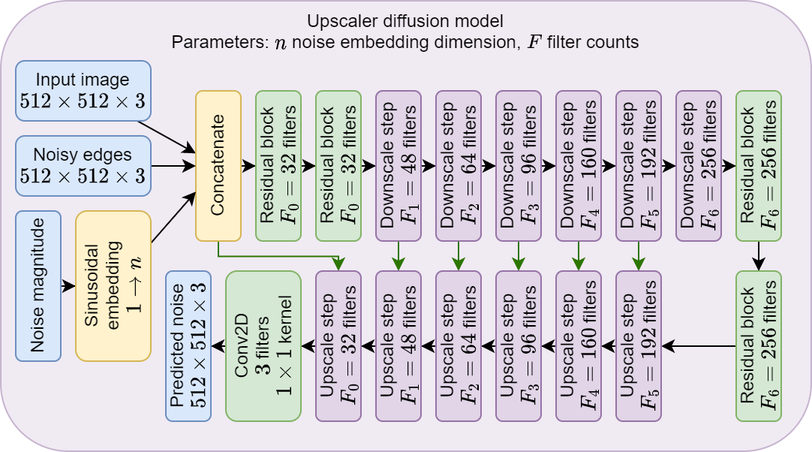
Before: thesis/images/upscaler.drawio.png, a diagram exported from draw.io (Matezzzz/Image_outpainting). Source tidied: cells renumbered, new cells last; positions are measured from the earlier drawing's top-left corner, leaving out a move shared by most shapes. Source of this version:
```xml
<mxGraphModel math="1">
  <root>
    <mxCell id="0" />
    <mxCell id="1" parent="0" />
    <mxCell id="2" value="Upscaler diffusion model&lt;br&gt;Parameters: \(n\) noise embedding dimension, \(F\) filter counts" style="rounded=1;whiteSpace=wrap;html=1;fillColor=#e1d5e7;strokeColor=#9673a6;opacity=50;verticalAlign=top;" parent="1" vertex="1">
      <mxGeometry width="540" height="300" as="geometry" />
    </mxCell>
    <mxCell id="3" style="endArrow=classic;html=1;rounded=0;fillColor=#60a917;strokeColor=#2D7600;edgeStyle=elbowEdgeStyle;elbow=vertical;" parent="1" edge="1" source="7" target="50">
      <mxGeometry relative="1" as="geometry" />
    </mxCell>
    <mxCell id="4" style="rounded=0;jettySize=auto;html=1;elbow=vertical;" parent="1" edge="1" source="5" target="7">
      <mxGeometry relative="1" as="geometry" />
    </mxCell>
    <mxCell id="5" value="Input image&lt;br&gt;\(512\times 512 \times 3 \)" style="rounded=1;whiteSpace=wrap;html=1;horizontal=1;fillColor=#dae8fc;strokeColor=#6c8ebf;" parent="1" vertex="1">
      <mxGeometry x="10" y="40" width="90" height="40" as="geometry" />
    </mxCell>
    <mxCell id="6" style="edgeStyle=orthogonalEdgeStyle;rounded=0;jettySize=auto;html=1;" parent="1" edge="1" source="7" target="15">
      <mxGeometry relative="1" as="geometry" />
    </mxCell>
    <mxCell id="7" value="Concatenate" style="rounded=1;whiteSpace=wrap;html=1;horizontal=0;fillColor=#fff2cc;strokeColor=#d6b656;" parent="1" vertex="1">
      <mxGeometry x="130" y="60" width="30" height="100" as="geometry" />
    </mxCell>
    <mxCell id="8" style="rounded=0;jettySize=auto;html=1;" parent="1" edge="1" source="9" target="7">
      <mxGeometry relative="1" as="geometry" />
    </mxCell>
    <mxCell id="9" value="Noisy edges&lt;br&gt;\(512\times 512 \times 3 \)" style="rounded=1;whiteSpace=wrap;html=1;horizontal=1;fillColor=#dae8fc;strokeColor=#6c8ebf;" parent="1" vertex="1">
      <mxGeometry x="10" y="90" width="90" height="40" as="geometry" />
    </mxCell>
    <mxCell id="10" style="edgeStyle=orthogonalEdgeStyle;rounded=0;jettySize=auto;html=1;" parent="1" edge="1" source="11" target="13">
      <mxGeometry relative="1" as="geometry" />
    </mxCell>
    <mxCell id="11" value="Noise magnitude" style="rounded=1;whiteSpace=wrap;html=1;horizontal=0;fillColor=#dae8fc;strokeColor=#6c8ebf;" parent="1" vertex="1">
      <mxGeometry x="10" y="140" width="30" height="100" as="geometry" />
    </mxCell>
    <mxCell id="12" style="rounded=0;jettySize=auto;html=1;" parent="1" edge="1" source="13" target="7">
      <mxGeometry relative="1" as="geometry" />
    </mxCell>
    <mxCell id="13" value="Sinusoidal embedding&lt;br&gt;\(1 \rightarrow n\)" style="rounded=1;whiteSpace=wrap;html=1;horizontal=0;fillColor=#fff2cc;strokeColor=#d6b656;" parent="1" vertex="1">
      <mxGeometry x="50" y="140" width="50" height="100" as="geometry" />
    </mxCell>
    <mxCell id="14" style="edgeStyle=orthogonalEdgeStyle;rounded=0;jettySize=auto;html=1;" parent="1" edge="1" source="15" target="17">
      <mxGeometry relative="1" as="geometry" />
    </mxCell>
    <mxCell id="15" value="Residual block&lt;br&gt;\(F_0=32\) filters" style="rounded=1;whiteSpace=wrap;html=1;horizontal=0;fillColor=#d5e8d4;strokeColor=#82b366;" parent="1" vertex="1">
      <mxGeometry x="170" y="60" width="30" height="100" as="geometry" />
    </mxCell>
    <mxCell id="16" style="edgeStyle=orthogonalEdgeStyle;rounded=0;jettySize=auto;html=1;" parent="1" edge="1" source="17" target="20">
      <mxGeometry relative="1" as="geometry" />
    </mxCell>
    <mxCell id="17" value="Residual block&lt;br&gt;\(F_0=32\)&amp;nbsp;filters" style="rounded=1;whiteSpace=wrap;html=1;horizontal=0;fillColor=#d5e8d4;strokeColor=#82b366;" parent="1" vertex="1">
      <mxGeometry x="210" y="60" width="30" height="100" as="geometry" />
    </mxCell>
    <mxCell id="18" style="edgeStyle=orthogonalEdgeStyle;rounded=0;jettySize=auto;html=1;" parent="1" edge="1" source="20" target="23">
      <mxGeometry relative="1" as="geometry" />
    </mxCell>
    <mxCell id="19" style="rounded=0;jettySize=auto;html=1;fillColor=#60a917;strokeColor=#2D7600;" parent="1" edge="1" source="20" target="48">
      <mxGeometry relative="1" as="geometry" />
    </mxCell>
    <mxCell id="20" value="Downscale step&lt;br&gt;\(F_1=48\) filters" style="rounded=1;whiteSpace=wrap;html=1;horizontal=0;fillColor=#e1d5e7;strokeColor=#9673a6;" parent="1" vertex="1">
      <mxGeometry x="250" y="60" width="30" height="100" as="geometry" />
    </mxCell>
    <mxCell id="21" style="edgeStyle=orthogonalEdgeStyle;rounded=0;jettySize=auto;html=1;" parent="1" edge="1" source="23" target="26">
      <mxGeometry relative="1" as="geometry" />
    </mxCell>
    <mxCell id="22" style="rounded=0;jettySize=auto;html=1;fillColor=#60a917;strokeColor=#2D7600;" parent="1" edge="1" source="23" target="46">
      <mxGeometry relative="1" as="geometry" />
    </mxCell>
    <mxCell id="23" value="Downscale step&lt;br&gt;\(F_2=&lt;br&gt;64\) filters" style="rounded=1;whiteSpace=wrap;html=1;horizontal=0;fillColor=#e1d5e7;strokeColor=#9673a6;" parent="1" vertex="1">
      <mxGeometry x="290" y="60" width="30" height="100" as="geometry" />
    </mxCell>
    <mxCell id="24" style="edgeStyle=orthogonalEdgeStyle;rounded=0;jettySize=auto;html=1;" parent="1" edge="1" source="26" target="29">
      <mxGeometry relative="1" as="geometry" />
    </mxCell>
    <mxCell id="25" style="rounded=0;jettySize=auto;html=1;fillColor=#60a917;strokeColor=#2D7600;" parent="1" edge="1" source="26" target="44">
      <mxGeometry relative="1" as="geometry" />
    </mxCell>
    <mxCell id="26" value="Downscale step&lt;br&gt;\(F_3=&lt;br&gt;96\) filters" style="rounded=1;whiteSpace=wrap;html=1;horizontal=0;fillColor=#e1d5e7;strokeColor=#9673a6;" parent="1" vertex="1">
      <mxGeometry x="330" y="60" width="30" height="100" as="geometry" />
    </mxCell>
    <mxCell id="27" style="edgeStyle=orthogonalEdgeStyle;rounded=0;jettySize=auto;html=1;" parent="1" edge="1" source="29" target="32">
      <mxGeometry relative="1" as="geometry" />
    </mxCell>
    <mxCell id="28" style="rounded=0;jettySize=auto;html=1;fillColor=#60a917;strokeColor=#2D7600;" parent="1" edge="1" source="29" target="42">
      <mxGeometry relative="1" as="geometry" />
    </mxCell>
    <mxCell id="29" value="Downscale step&lt;br&gt;\(F_4=&lt;br&gt;160\) filters" style="rounded=1;whiteSpace=wrap;html=1;horizontal=0;fillColor=#e1d5e7;strokeColor=#9673a6;" parent="1" vertex="1">
      <mxGeometry x="370" y="60" width="30" height="100" as="geometry" />
    </mxCell>
    <mxCell id="30" style="edgeStyle=orthogonalEdgeStyle;rounded=0;jettySize=auto;html=1;" parent="1" edge="1" source="32" target="34">
      <mxGeometry relative="1" as="geometry" />
    </mxCell>
    <mxCell id="31" style="rounded=0;jettySize=auto;html=1;fillColor=#60a917;strokeColor=#2D7600;" parent="1" edge="1" source="32" target="40">
      <mxGeometry relative="1" as="geometry" />
    </mxCell>
    <mxCell id="32" value="Downscale step&lt;br&gt;\(F_5=&lt;br&gt;192\) filters" style="rounded=1;whiteSpace=wrap;html=1;horizontal=0;fillColor=#e1d5e7;strokeColor=#9673a6;" parent="1" vertex="1">
      <mxGeometry x="410" y="60" width="30" height="100" as="geometry" />
    </mxCell>
    <mxCell id="33" style="edgeStyle=orthogonalEdgeStyle;rounded=0;jettySize=auto;html=1;" parent="1" edge="1" source="34" target="36">
      <mxGeometry relative="1" as="geometry" />
    </mxCell>
    <mxCell id="34" value="Downscale step&lt;br&gt;\(F_6=&lt;br&gt;256\) filters" style="rounded=1;whiteSpace=wrap;html=1;horizontal=0;fillColor=#e1d5e7;strokeColor=#9673a6;" parent="1" vertex="1">
      <mxGeometry x="450" y="60" width="30" height="100" as="geometry" />
    </mxCell>
    <mxCell id="35" style="edgeStyle=orthogonalEdgeStyle;rounded=0;jettySize=auto;html=1;" parent="1" edge="1" source="36" target="38">
      <mxGeometry relative="1" as="geometry" />
    </mxCell>
    <mxCell id="36" value="Residual block&lt;br&gt;\(F_6=&lt;br&gt;256\)&amp;nbsp;filters" style="rounded=1;whiteSpace=wrap;html=1;horizontal=0;fillColor=#d5e8d4;strokeColor=#82b366;" parent="1" vertex="1">
      <mxGeometry x="490" y="60" width="30" height="100" as="geometry" />
    </mxCell>
    <mxCell id="37" style="edgeStyle=orthogonalEdgeStyle;rounded=0;jettySize=auto;html=1;" parent="1" edge="1" source="38" target="40">
      <mxGeometry relative="1" as="geometry" />
    </mxCell>
    <mxCell id="38" value="Residual block&lt;br&gt;\(F_6=&lt;br&gt;256\)&amp;nbsp;filters" style="rounded=1;whiteSpace=wrap;html=1;horizontal=0;fillColor=#d5e8d4;strokeColor=#82b366;" parent="1" vertex="1">
      <mxGeometry x="490" y="180" width="30" height="100" as="geometry" />
    </mxCell>
    <mxCell id="39" style="edgeStyle=orthogonalEdgeStyle;rounded=0;jettySize=auto;html=1;" parent="1" edge="1" source="40" target="42">
      <mxGeometry relative="1" as="geometry" />
    </mxCell>
    <mxCell id="40" value="Upscale step&lt;br&gt;\(F_5=&lt;br&gt;192\) filters" style="rounded=1;whiteSpace=wrap;html=1;horizontal=0;fillColor=#e1d5e7;strokeColor=#9673a6;" parent="1" vertex="1">
      <mxGeometry x="410" y="180" width="30" height="100" as="geometry" />
    </mxCell>
    <mxCell id="41" style="edgeStyle=orthogonalEdgeStyle;rounded=0;jettySize=auto;html=1;" parent="1" edge="1" source="42" target="44">
      <mxGeometry relative="1" as="geometry" />
    </mxCell>
    <mxCell id="42" value="Upscale step&lt;br&gt;\(F_4=&lt;br&gt;160\) filters" style="rounded=1;whiteSpace=wrap;html=1;horizontal=0;fillColor=#e1d5e7;strokeColor=#9673a6;" parent="1" vertex="1">
      <mxGeometry x="370" y="180" width="30" height="100" as="geometry" />
    </mxCell>
    <mxCell id="43" style="edgeStyle=orthogonalEdgeStyle;rounded=0;jettySize=auto;html=1;" parent="1" edge="1" source="44" target="46">
      <mxGeometry relative="1" as="geometry" />
    </mxCell>
    <mxCell id="44" value="Upscale step&lt;br&gt;\(F_3=&lt;br&gt;96\) filters" style="rounded=1;whiteSpace=wrap;html=1;horizontal=0;fillColor=#e1d5e7;strokeColor=#9673a6;" parent="1" vertex="1">
      <mxGeometry x="330" y="180" width="30" height="100" as="geometry" />
    </mxCell>
    <mxCell id="45" style="edgeStyle=orthogonalEdgeStyle;rounded=0;jettySize=auto;html=1;" parent="1" edge="1" source="46" target="48">
      <mxGeometry relative="1" as="geometry" />
    </mxCell>
    <mxCell id="46" value="Upscale step&lt;br&gt;\(F_2=&lt;br&gt;64\) filters" style="rounded=1;whiteSpace=wrap;html=1;horizontal=0;fillColor=#e1d5e7;strokeColor=#9673a6;" parent="1" vertex="1">
      <mxGeometry x="290" y="180" width="30" height="100" as="geometry" />
    </mxCell>
    <mxCell id="47" style="edgeStyle=orthogonalEdgeStyle;rounded=0;jettySize=auto;html=1;" parent="1" edge="1" source="48" target="50">
      <mxGeometry relative="1" as="geometry" />
    </mxCell>
    <mxCell id="48" value="Upscale step&lt;br&gt;\(F_1=&lt;br&gt;48\) filters" style="rounded=1;whiteSpace=wrap;html=1;horizontal=0;fillColor=#e1d5e7;strokeColor=#9673a6;" parent="1" vertex="1">
      <mxGeometry x="250" y="180" width="30" height="100" as="geometry" />
    </mxCell>
    <mxCell id="49" style="edgeStyle=orthogonalEdgeStyle;rounded=0;jettySize=auto;html=1;entryX=1;entryY=0.5;entryDx=0;entryDy=0;" parent="1" edge="1" source="50" target="52">
      <mxGeometry relative="1" as="geometry" />
    </mxCell>
    <mxCell id="50" value="Upscale step&lt;br&gt;\(F_0=&lt;br&gt;32\) filters" style="rounded=1;whiteSpace=wrap;html=1;horizontal=0;fillColor=#e1d5e7;strokeColor=#9673a6;" parent="1" vertex="1">
      <mxGeometry x="210" y="180" width="30" height="100" as="geometry" />
    </mxCell>
    <mxCell id="51" style="edgeStyle=orthogonalEdgeStyle;rounded=0;jettySize=auto;html=1;" parent="1" edge="1" source="52" target="53">
      <mxGeometry relative="1" as="geometry" />
    </mxCell>
    <mxCell id="52" value="Conv2D&lt;br&gt;\(3\) filters&lt;br&gt;\(1 \times 1\) kernel" style="rounded=1;whiteSpace=wrap;html=1;horizontal=0;fillColor=#d5e8d4;strokeColor=#82b366;" parent="1" vertex="1">
      <mxGeometry x="150" y="180" width="50" height="100" as="geometry" />
    </mxCell>
    <mxCell id="53" value="Predicted noise&lt;br&gt;\(512 \times 512 \times 3\)" style="rounded=1;whiteSpace=wrap;html=1;horizontal=0;fillColor=#dae8fc;strokeColor=#6c8ebf;" parent="1" vertex="1">
      <mxGeometry x="110" y="180" width="30" height="100" as="geometry" />
    </mxCell>
  </root>
</mxGraphModel>
```
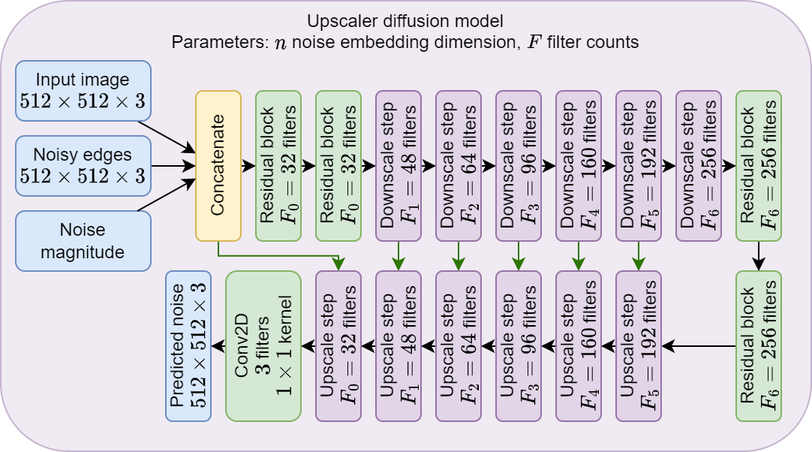
Later version of the same file.

Diff of the diagram source:
```diff
@@ -26,18 +26,12 @@
     <mxCell id="9" value="Noisy edges&lt;br&gt;\(512\times 512 \times 3 \)" style="rounded=1;whiteSpace=wrap;html=1;horizontal=1;fillColor=#dae8fc;strokeColor=#6c8ebf;" parent="1" vertex="1">
       <mxGeometry x="10" y="90" width="90" height="40" as="geometry" />
     </mxCell>
-    <mxCell id="10" style="edgeStyle=orthogonalEdgeStyle;rounded=0;jettySize=auto;html=1;" parent="1" edge="1" source="11" target="13">
-      <mxGeometry relative="1" as="geometry" />
-    </mxCell>
-    <mxCell id="11" value="Noise magnitude" style="rounded=1;whiteSpace=wrap;html=1;horizontal=0;fillColor=#dae8fc;strokeColor=#6c8ebf;" parent="1" vertex="1">
-      <mxGeometry x="10" y="140" width="30" height="100" as="geometry" />
+    <mxCell id="11" value="Noise magnitude" style="rounded=1;whiteSpace=wrap;html=1;horizontal=1;fillColor=#dae8fc;strokeColor=#6c8ebf;" parent="1" vertex="1">
+      <mxGeometry x="10" y="140" width="90" height="40" as="geometry" />
     </mxCell>
-    <mxCell id="12" style="rounded=0;jettySize=auto;html=1;" parent="1" edge="1" source="13" target="7">
+    <mxCell id="12" style="rounded=0;jettySize=auto;html=1;" parent="1" edge="1" source="11" target="7">
       <mxGeometry relative="1" as="geometry" />
     </mxCell>
-    <mxCell id="13" value="Sinusoidal embedding&lt;br&gt;\(1 \rightarrow n\)" style="rounded=1;whiteSpace=wrap;html=1;horizontal=0;fillColor=#fff2cc;strokeColor=#d6b656;" parent="1" vertex="1">
-      <mxGeometry x="50" y="140" width="50" height="100" as="geometry" />
-    </mxCell>
     <mxCell id="14" style="edgeStyle=orthogonalEdgeStyle;rounded=0;jettySize=auto;html=1;" parent="1" edge="1" source="15" target="17">
       <mxGeometry relative="1" as="geometry" />
     </mxCell>
```
